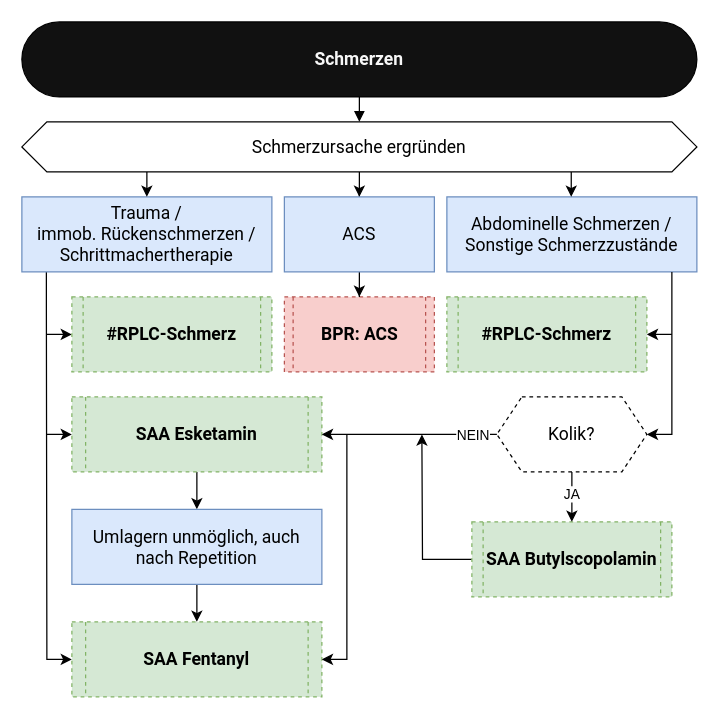
Earlier version of the draw.io diagram assets/flows/schmerzen.drawio (steiiin/notsan-app). Source tidied: cells renumbered, new cells numbered last; positions are measured from the earlier drawing's top-left corner, leaving out a move shared by most shapes. Both pictures are drawn from the tidied source at 125%, with x=0, y=0 at pixel (21, 21).
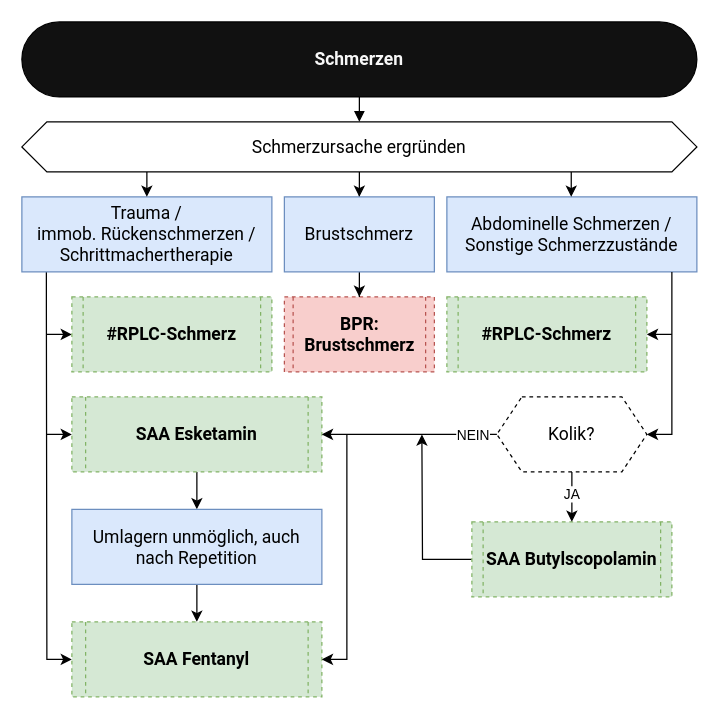
Above is the later version.

Commit message (it also covers changes not shown here):
fix: adapt acs/brustschmerz flow

The edit, as a diff of the source:
```diff
@@
-    <mxCell id="6" value="BPR: ACS" style="shape=process;whiteSpace=wrap;html=1;backgroundOutline=1;size=0.05555555555555555;fillColor=#f8cecc;strokeColor=#b85450;fontFamily=&quot;Roboto&quot;, &quot;Helvetica Neue&quot;, sans-serif;fontStyle=1;fontSize=14;textShadow=0;dashed=1;labelBackgroundColor=none;" parent="1" vertex="1">
+    <mxCell id="6" value="BPR:&lt;br&gt;Brustschmerz" style="shape=process;whiteSpace=wrap;html=1;backgroundOutline=1;size=0.05555555555555555;fillColor=#f8cecc;strokeColor=#b85450;fontFamily=&quot;Roboto&quot;, &quot;Helvetica Neue&quot;, sans-serif;fontStyle=1;fontSize=14;textShadow=0;dashed=1;labelBackgroundColor=none;" parent="1" vertex="1">
       <mxGeometry x="210" y="220" width="120" height="60" as="geometry" />
     </mxCell>
@@
-    <mxCell id="11" value="ACS" style="rounded=0;whiteSpace=wrap;html=1;fillColor=#dae8fc;strokeColor=#6c8ebf;fontFamily=&quot;Roboto&quot;, &quot;Helvetica Neue&quot;, sans-serif;fontSize=14;fontColor=default;labelBackgroundColor=none;" parent="1" vertex="1">
+    <mxCell id="11" value="Brustschmerz" style="rounded=0;whiteSpace=wrap;html=1;fillColor=#dae8fc;strokeColor=#6c8ebf;fontFamily=&quot;Roboto&quot;, &quot;Helvetica Neue&quot;, sans-serif;fontSize=14;fontColor=default;labelBackgroundColor=none;" parent="1" vertex="1">
       <mxGeometry x="210" y="140" width="120" height="60" as="geometry" />
     </mxCell>
```
